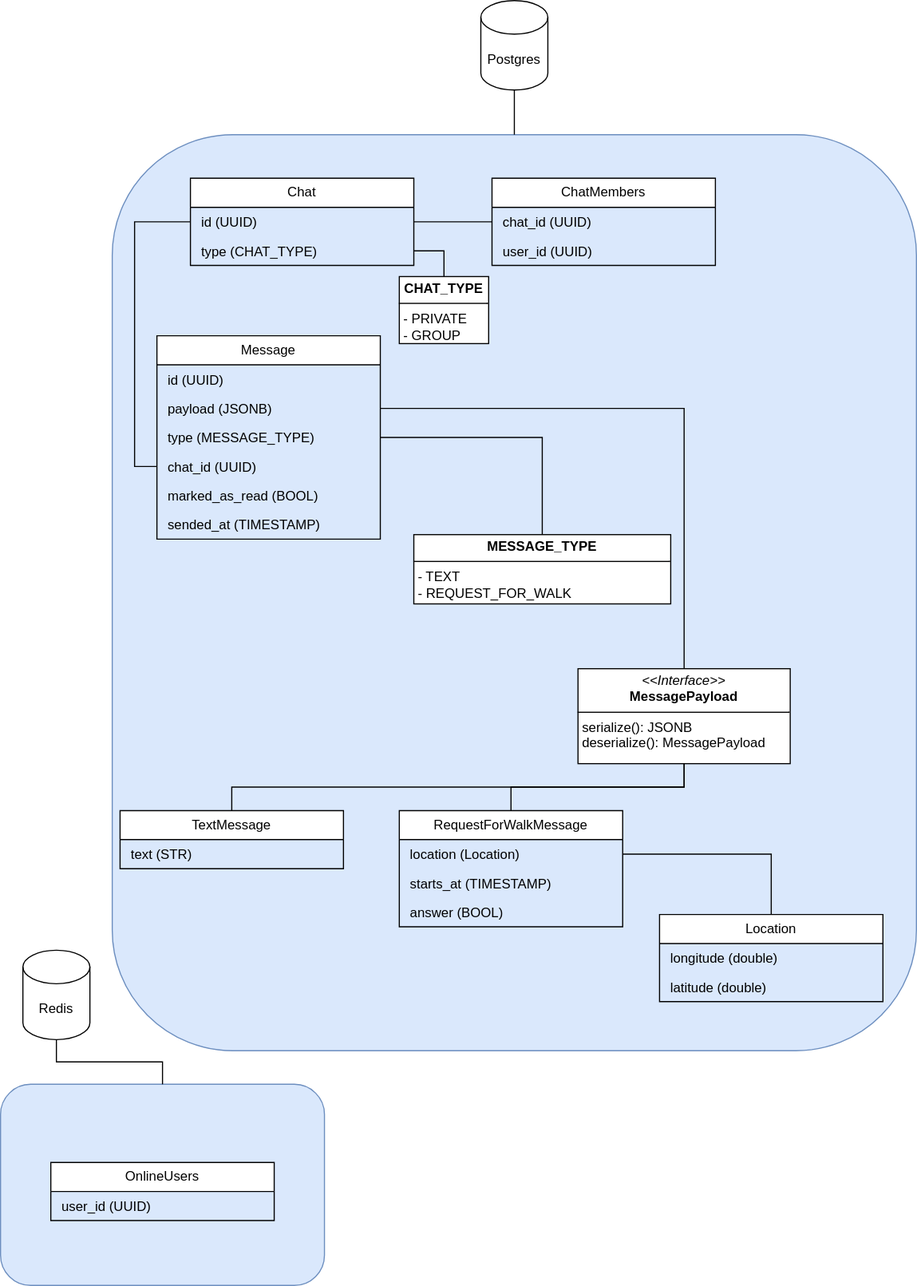
The draw.io diagram doc/img/domain_model.drawio.svg in ru-random-walk/chat-service, before a commit. Source tidied: cells renumbered, new cells last; positions are measured from the earlier drawing's top-left corner, leaving out a move shared by most shapes.
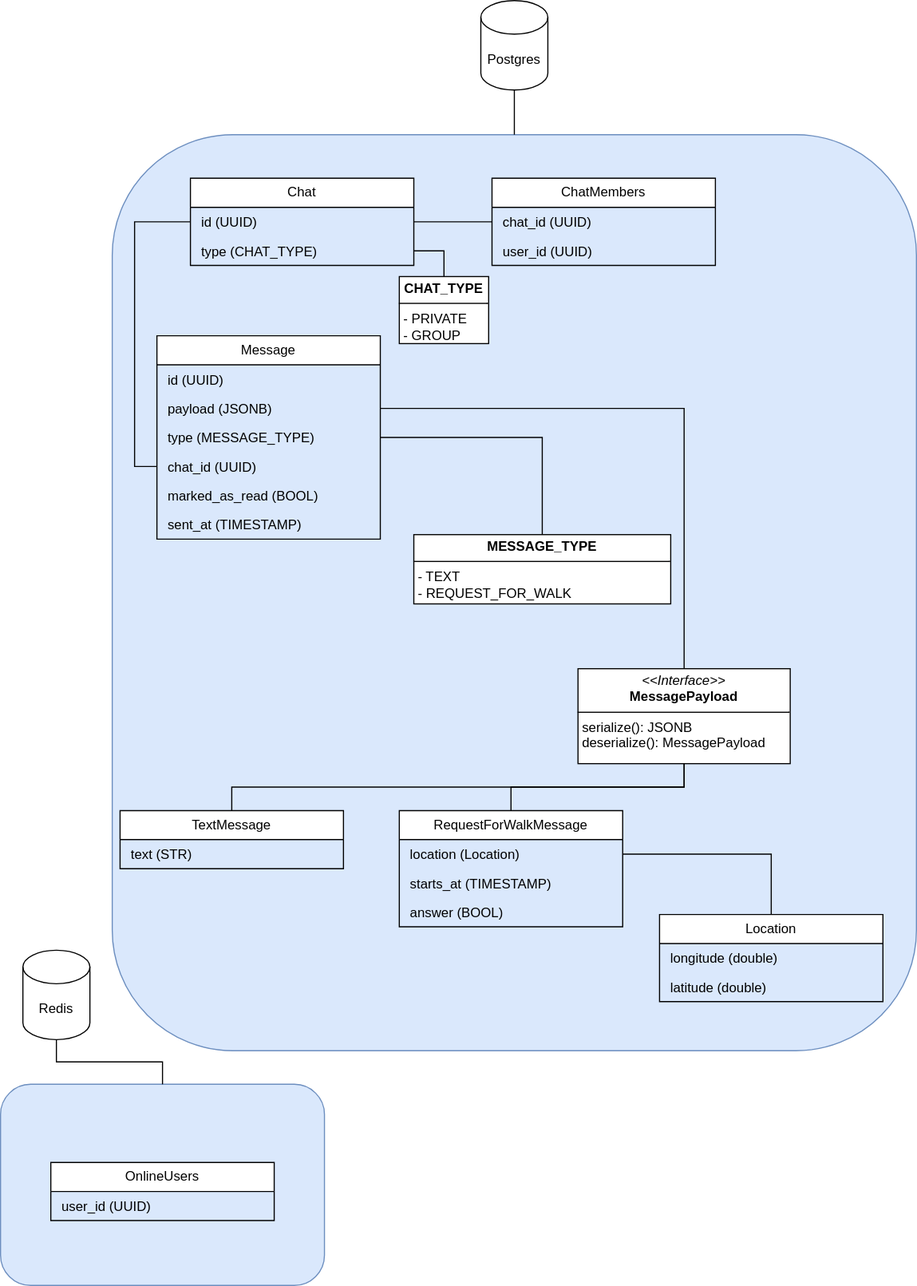
Above is the later version.

Commit message:
RANDOMWALK-61: update domain schema

What changed in the source:
```diff
@@ -26,7 +26,7 @@
     <mxCell id="9" value="&lt;p style=&quot;margin: 0px 0px 0px 4px;&quot;&gt;marked_as_read (BOOL)&lt;/p&gt;" style="text;strokeColor=none;fillColor=none;align=left;verticalAlign=top;spacingLeft=4;spacingRight=4;overflow=hidden;whiteSpace=wrap;html=1;" parent="4" vertex="1">
       <mxGeometry y="130" width="200" height="26" as="geometry" />
     </mxCell>
-    <mxCell id="10" value="&lt;p style=&quot;margin: 0px 0px 0px 4px;&quot;&gt;sended_at (TIMESTAMP)&lt;/p&gt;" style="text;strokeColor=none;fillColor=none;align=left;verticalAlign=top;spacingLeft=4;spacingRight=4;overflow=hidden;whiteSpace=wrap;html=1;" parent="4" vertex="1">
+    <mxCell id="10" value="&lt;p style=&quot;margin: 0px 0px 0px 4px;&quot;&gt;sent_at (TIMESTAMP)&lt;/p&gt;" style="text;strokeColor=none;fillColor=none;align=left;verticalAlign=top;spacingLeft=4;spacingRight=4;overflow=hidden;whiteSpace=wrap;html=1;" parent="4" vertex="1">
       <mxGeometry y="156" width="200" height="26" as="geometry" />
     </mxCell>
     <mxCell id="11" value="&lt;p style=&quot;margin:0px;margin-top:4px;text-align:center;&quot;&gt;&lt;b style=&quot;text-align: left;&quot;&gt;MESSAGE_TYPE&lt;/b&gt;&lt;br&gt;&lt;/p&gt;&lt;hr size=&quot;1&quot; style=&quot;border-style:solid;&quot;&gt;&lt;p style=&quot;margin:0px;margin-left:4px;&quot;&gt;- TEXT&lt;/p&gt;&lt;p style=&quot;margin:0px;margin-left:4px;&quot;&gt;- REQUEST_FOR_WALK&lt;/p&gt;" style="verticalAlign=top;align=left;overflow=fill;html=1;whiteSpace=wrap;" parent="1" vertex="1">
```
